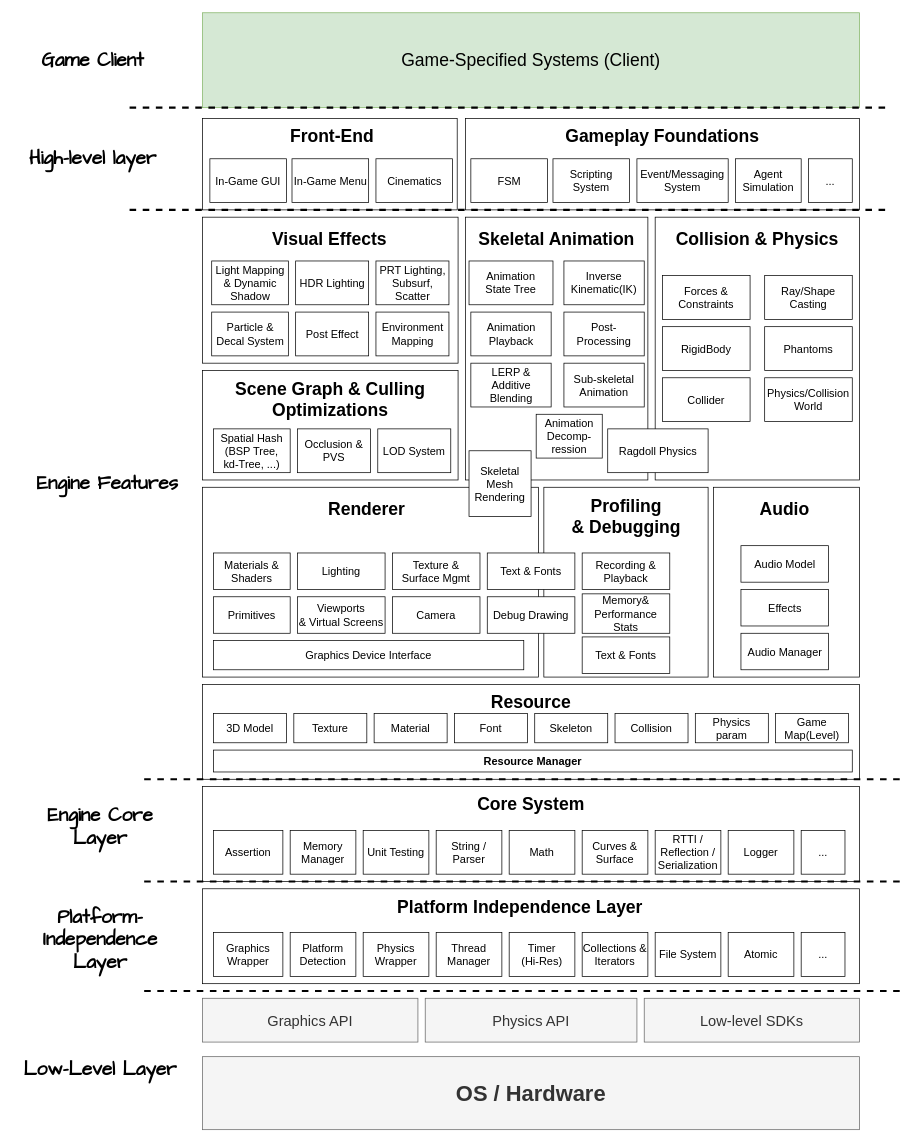
Before: Documents/Architecture.drawio in Hamsik2rang/Kepler, a draw.io diagram. Source tidied: cells renumbered, new cells numbered last; positions are measured from the earlier drawing's top-left corner, leaving out a move shared by most shapes. Both pictures are drawn from the tidied source at 73%, with x=0, y=0 at pixel (12, 12).
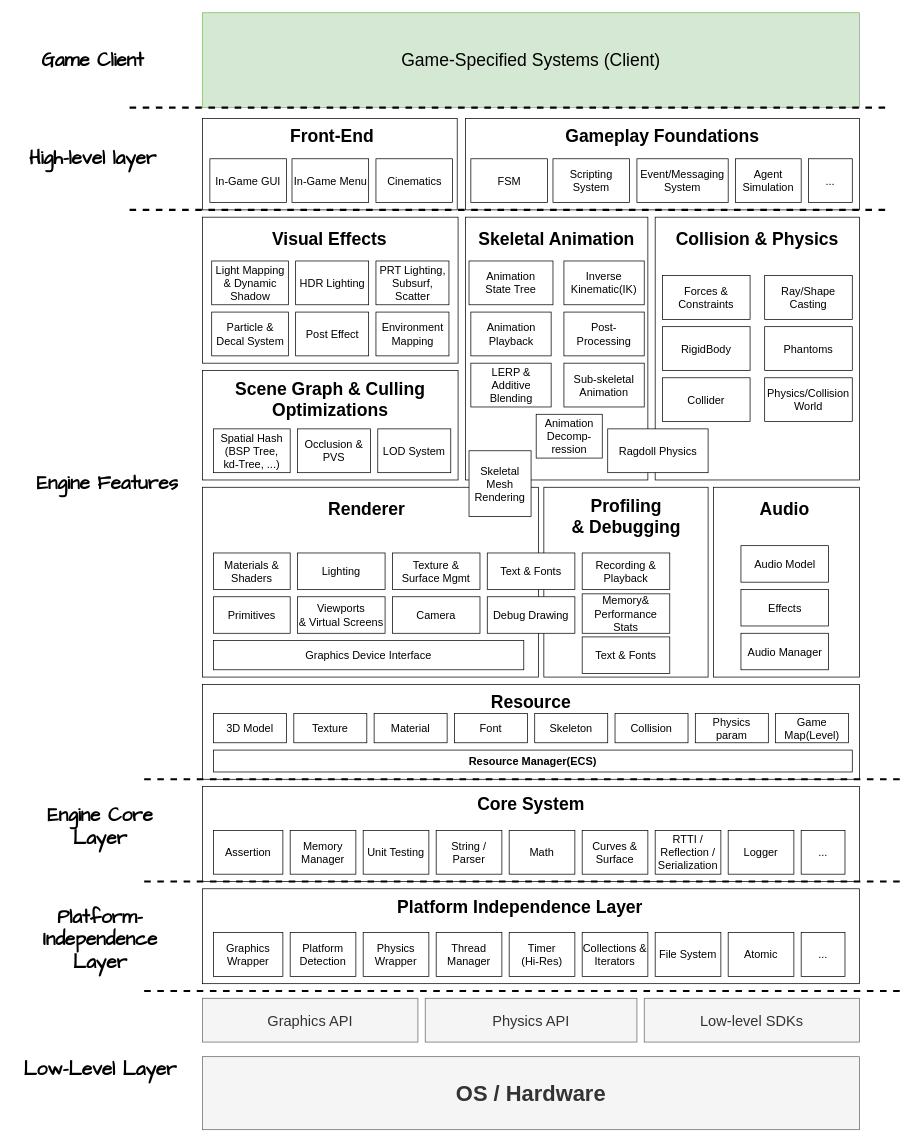
Above is the later version.

Commit message (it also covers changes not shown here):
docs: 아키텍처 갱신

What changed in the source:
```diff
@@
-    <mxCell id="28" value="Resource Manager" style="text;html=1;strokeColor=default;fillColor=none;align=center;verticalAlign=middle;whiteSpace=wrap;rounded=0;fontSize=15;fontStyle=1;" parent="1" vertex="1">
+    <mxCell id="28" value="Resource Manager(ECS)" style="text;html=1;strokeColor=default;fillColor=none;align=center;verticalAlign=middle;whiteSpace=wrap;rounded=0;fontSize=15;fontStyle=1;" parent="1" vertex="1">
       <mxGeometry x="275" y="1010" width="875" height="30" as="geometry" />
     </mxCell>
```
